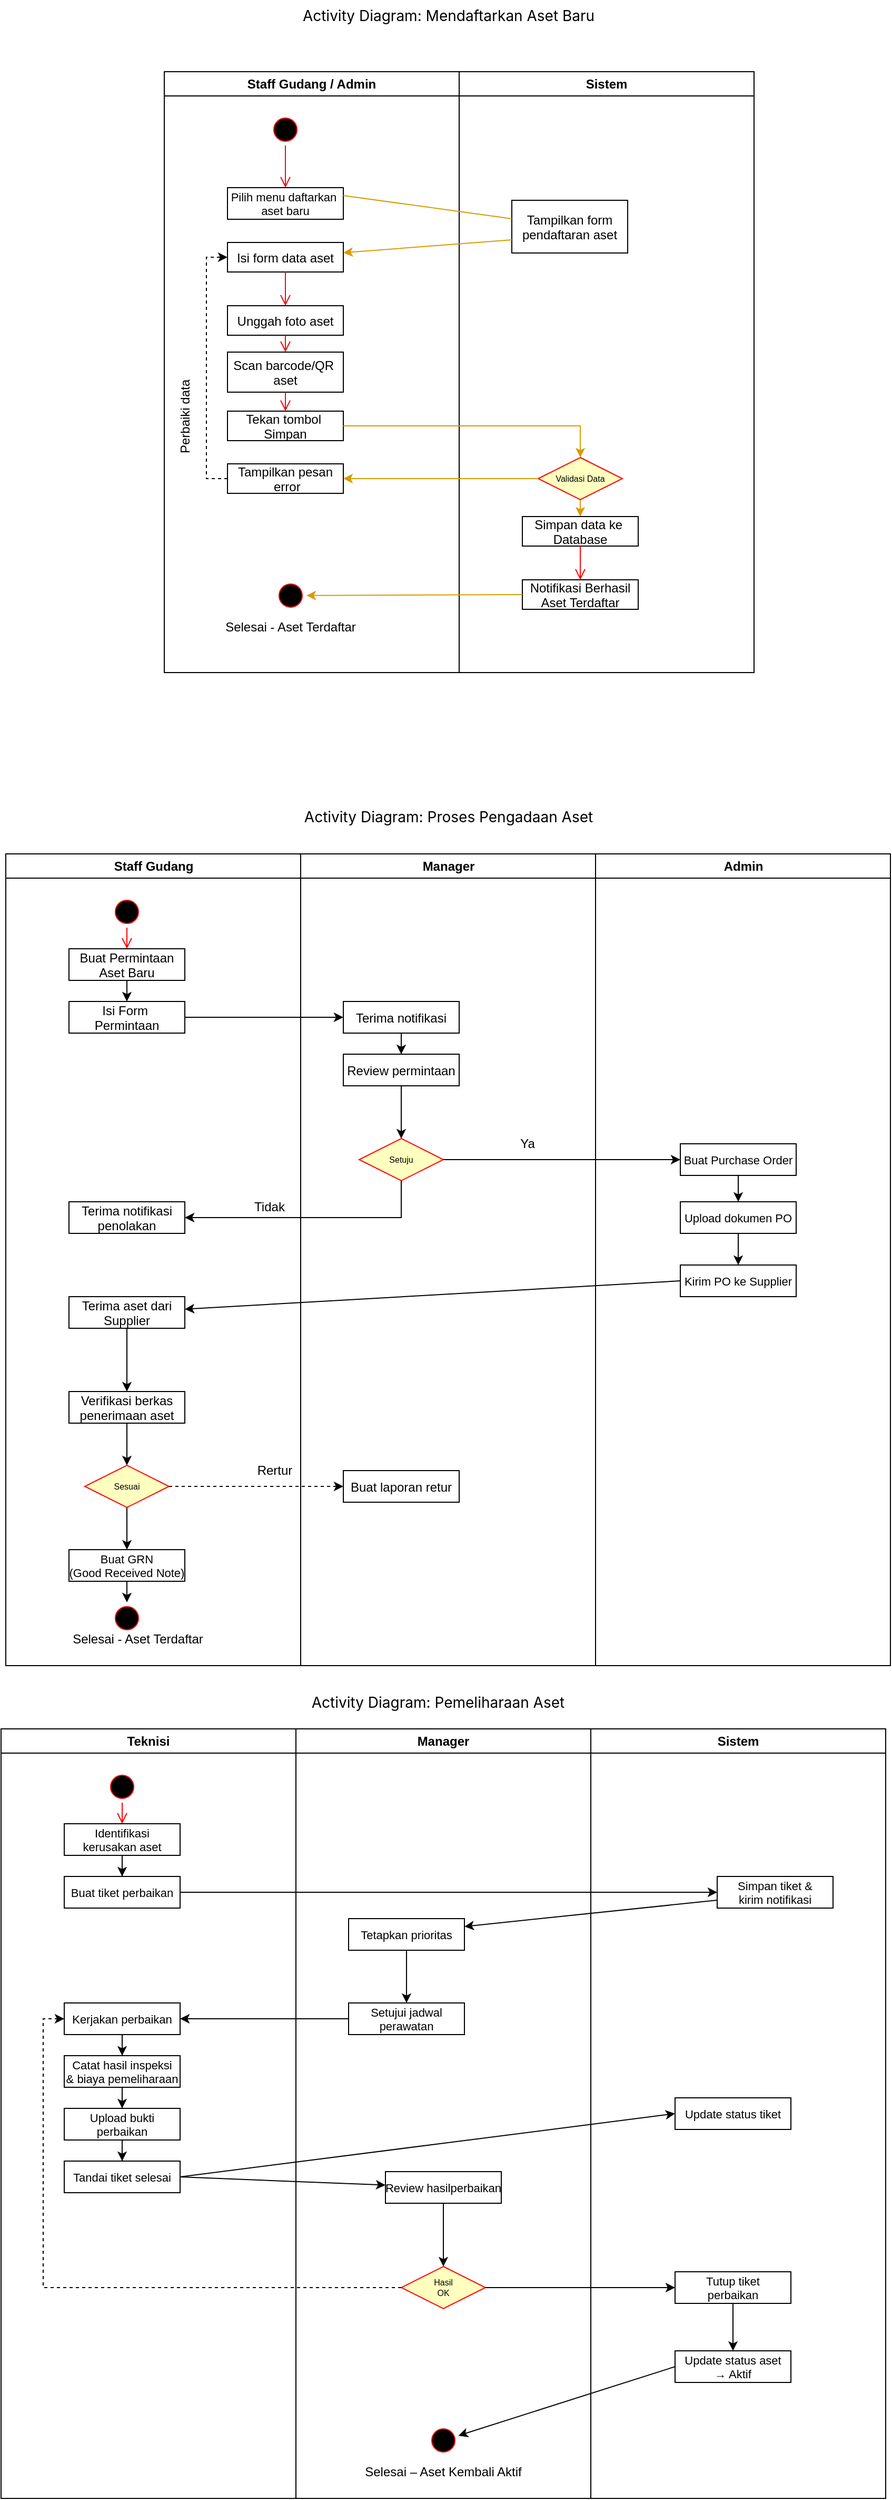
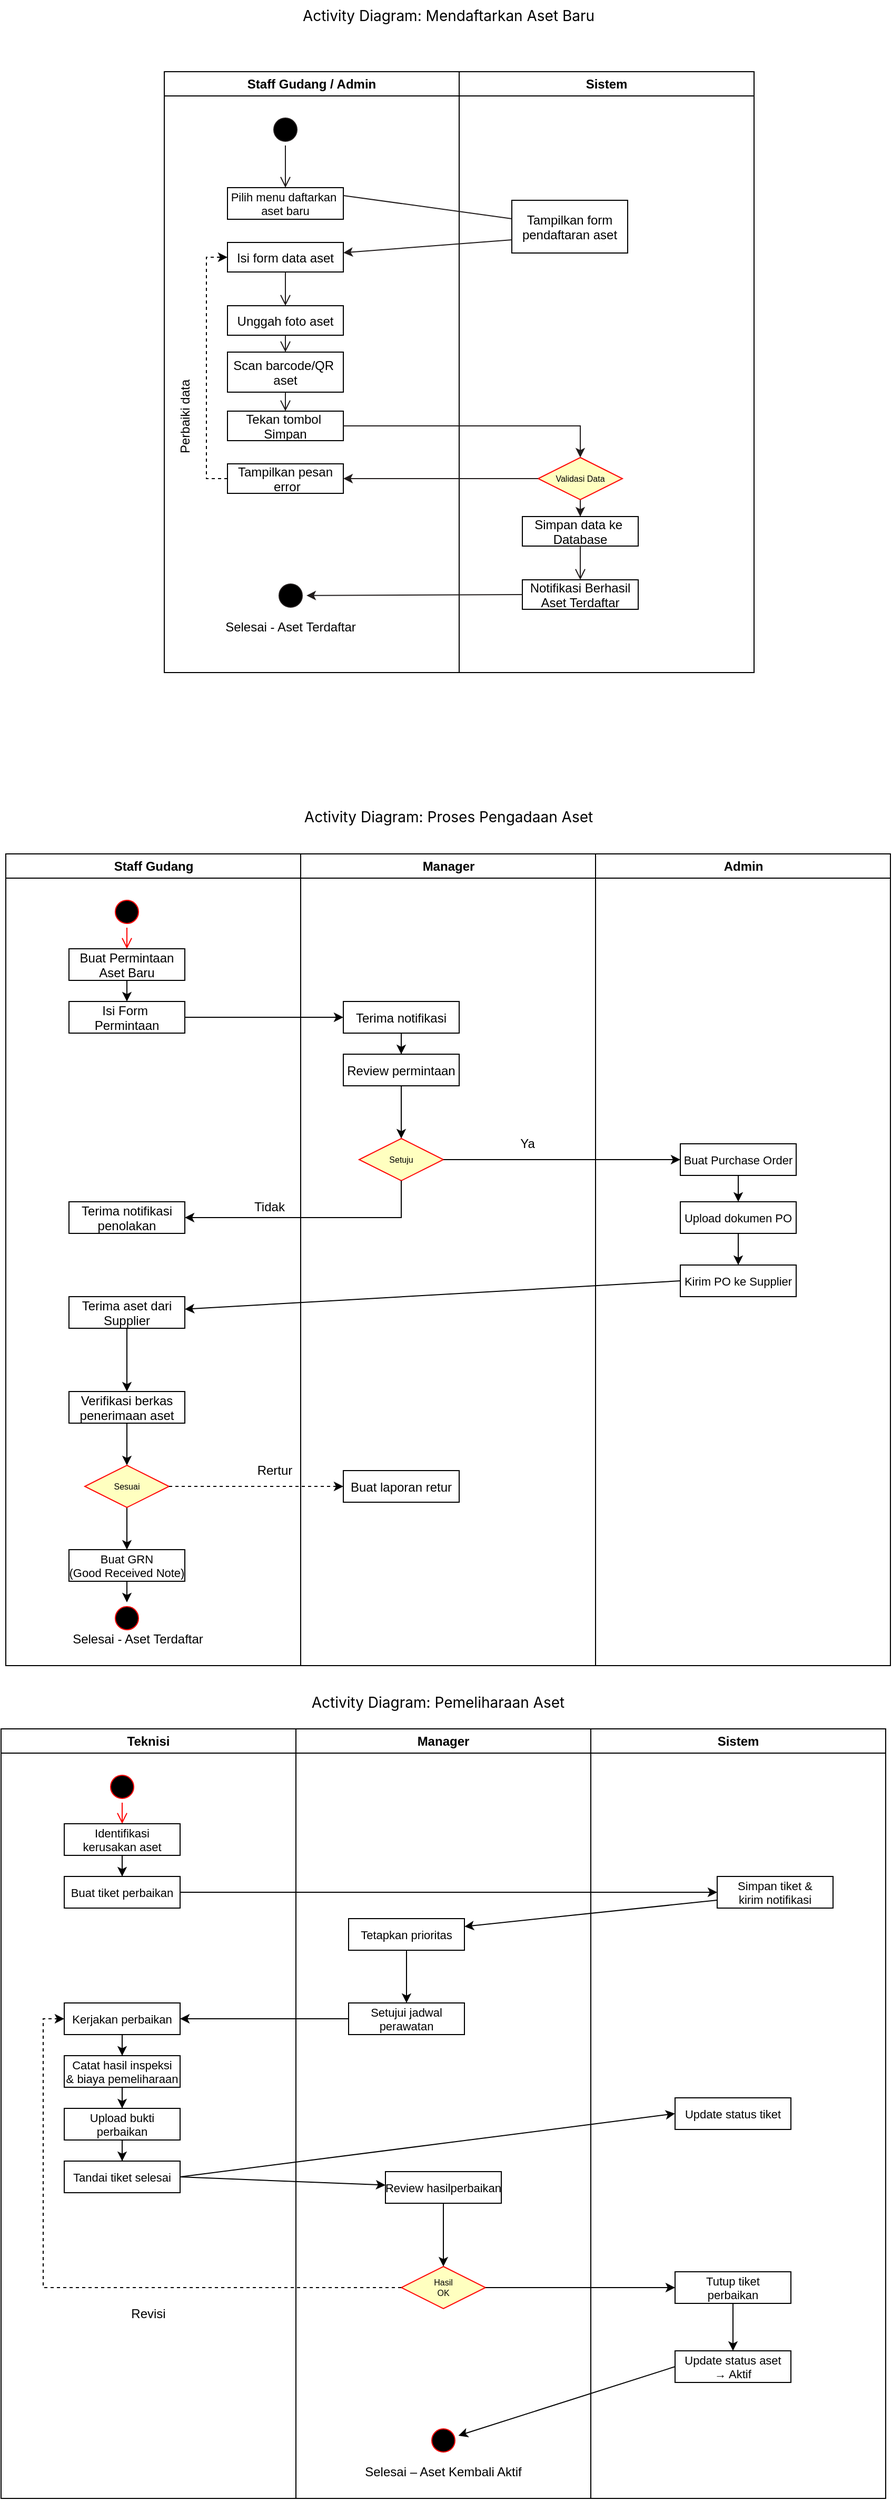
<mxfile host="app.diagrams.net" agent="5.0 (Windows NT 10.0; Win64; x64) AppleWebKit/537.36 (KHTML, like Gecko) Chrome/90.0.4430.212 Safari/537.36">
  <diagram name="Page-1" id="e7e014a7-5840-1c2e-5031-d8a46d1fe8dd">
    <mxGraphModel dx="1717" dy="878" grid="1" gridSize="10" guides="1" tooltips="1" connect="1" arrows="1" fold="1" page="1" pageScale="1" pageWidth="1169" pageHeight="826" background="none" math="0" shadow="0">
      <root>
        <mxCell id="0" />
        <mxCell id="1" parent="0" />
        <mxCell id="2" parent="1" style="swimlane;whiteSpace=wrap" value="Staff Gudang / Admin" vertex="1">
          <mxGeometry height="570" width="280" x="305" y="128" as="geometry" />
        </mxCell>
-         <mxCell id="5" parent="2" style="ellipse;shape=startState;fillColor=#000000;strokeColor=#ff0000;" value="" vertex="1">
+         <mxCell id="5" parent="2" style="ellipse;shape=startState;fillColor=#000000;strokeColor=light-dark(#211c1c, #ff9090);" value="" vertex="1">
          <mxGeometry height="30" width="30" x="100" y="40" as="geometry" />
        </mxCell>
-         <mxCell id="6" edge="1" parent="2" source="5" style="edgeStyle=elbowEdgeStyle;elbow=horizontal;verticalAlign=bottom;endArrow=open;endSize=8;strokeColor=#FF0000;endFill=1;rounded=0" target="7" value="">
+         <mxCell id="6" edge="1" parent="2" source="5" style="edgeStyle=elbowEdgeStyle;elbow=horizontal;verticalAlign=bottom;endArrow=open;endSize=8;strokeColor=light-dark(#211c1c, #ff9090);endFill=1;rounded=0" target="7" value="">
          <mxGeometry x="100" y="40" as="geometry">
            <mxPoint x="115" y="110" as="targetPoint" />
          </mxGeometry>
        </mxCell>
        <mxCell id="7" parent="2" style="horizontal=1;verticalAlign=middle;align=center;fontSize=11;" value="Pilih menu daftarkan &#xa;aset baru" vertex="1">
          <mxGeometry height="30" width="110" x="60" y="110" as="geometry" />
        </mxCell>
        <mxCell id="8" parent="2" style="" value="Isi form data aset" vertex="1">
          <mxGeometry height="28" width="110" x="60" y="162" as="geometry" />
        </mxCell>
        <mxCell id="W9nTfnAygNMfpXnH6lNf-115" parent="2" style="" value="Unggah foto aset" vertex="1">
          <mxGeometry height="28" width="110" x="60" y="222" as="geometry" />
        </mxCell>
        <mxCell id="W9nTfnAygNMfpXnH6lNf-116" parent="2" style="" value="Scan barcode/QR &#xa;aset" vertex="1">
          <mxGeometry height="38" width="110" x="60" y="266" as="geometry" />
        </mxCell>
        <mxCell id="W9nTfnAygNMfpXnH6lNf-117" parent="2" style="" value="Tekan tombol &#xa;Simpan" vertex="1">
          <mxGeometry height="28" width="110" x="60" y="322" as="geometry" />
        </mxCell>
        <mxCell id="W9nTfnAygNMfpXnH6lNf-123" edge="1" parent="2" source="W9nTfnAygNMfpXnH6lNf-118" style="edgeStyle=orthogonalEdgeStyle;rounded=0;orthogonalLoop=1;jettySize=auto;html=1;exitX=0;exitY=0.5;exitDx=0;exitDy=0;entryX=0;entryY=0.5;entryDx=0;entryDy=0;dashed=1;" target="8">
          <mxGeometry relative="1" as="geometry" />
        </mxCell>
        <mxCell id="W9nTfnAygNMfpXnH6lNf-118" parent="2" style="" value="Tampilkan pesan&#xa; error" vertex="1">
          <mxGeometry height="28" width="110" x="60" y="372" as="geometry" />
        </mxCell>
-         <mxCell id="W9nTfnAygNMfpXnH6lNf-120" edge="1" parent="2" source="8" style="edgeStyle=elbowEdgeStyle;elbow=horizontal;verticalAlign=bottom;endArrow=open;endSize=8;strokeColor=#FF0000;endFill=1;rounded=0" target="W9nTfnAygNMfpXnH6lNf-115" value="">
+         <mxCell id="W9nTfnAygNMfpXnH6lNf-120" edge="1" parent="2" source="8" style="edgeStyle=elbowEdgeStyle;elbow=horizontal;verticalAlign=bottom;endArrow=open;endSize=8;strokeColor=light-dark(#211c1c, #ff9090);endFill=1;rounded=0" target="W9nTfnAygNMfpXnH6lNf-115" value="">
          <mxGeometry x="-205" y="-88" as="geometry">
            <mxPoint x="105" y="202" as="sourcePoint" />
            <mxPoint x="105" y="242" as="targetPoint" />
          </mxGeometry>
        </mxCell>
-         <mxCell id="W9nTfnAygNMfpXnH6lNf-121" edge="1" parent="2" source="W9nTfnAygNMfpXnH6lNf-115" style="edgeStyle=elbowEdgeStyle;elbow=horizontal;verticalAlign=bottom;endArrow=open;endSize=8;strokeColor=#FF0000;endFill=1;rounded=0" target="W9nTfnAygNMfpXnH6lNf-116" value="">
+         <mxCell id="W9nTfnAygNMfpXnH6lNf-121" edge="1" parent="2" source="W9nTfnAygNMfpXnH6lNf-115" style="edgeStyle=elbowEdgeStyle;elbow=horizontal;verticalAlign=bottom;endArrow=open;endSize=8;strokeColor=light-dark(#211c1c, #ff9090);endFill=1;rounded=0" target="W9nTfnAygNMfpXnH6lNf-116" value="">
          <mxGeometry x="-205" y="-88" as="geometry">
            <mxPoint x="105" y="282" as="sourcePoint" />
            <mxPoint x="105" y="322" as="targetPoint" />
          </mxGeometry>
        </mxCell>
-         <mxCell id="W9nTfnAygNMfpXnH6lNf-122" edge="1" parent="2" source="W9nTfnAygNMfpXnH6lNf-116" style="edgeStyle=elbowEdgeStyle;elbow=horizontal;verticalAlign=bottom;endArrow=open;endSize=8;strokeColor=#FF0000;endFill=1;rounded=0" target="W9nTfnAygNMfpXnH6lNf-117" value="">
+         <mxCell id="W9nTfnAygNMfpXnH6lNf-122" edge="1" parent="2" source="W9nTfnAygNMfpXnH6lNf-116" style="edgeStyle=elbowEdgeStyle;elbow=horizontal;verticalAlign=bottom;endArrow=open;endSize=8;strokeColor=light-dark(#211c1c, #ff9090);endFill=1;rounded=0" target="W9nTfnAygNMfpXnH6lNf-117" value="">
          <mxGeometry x="-205" y="-88" as="geometry">
            <mxPoint x="115" y="362" as="sourcePoint" />
            <mxPoint x="115" y="402" as="targetPoint" />
          </mxGeometry>
        </mxCell>
        <mxCell id="W9nTfnAygNMfpXnH6lNf-124" parent="2" style="text;html=1;whiteSpace=wrap;strokeColor=none;fillColor=none;align=center;verticalAlign=middle;rounded=0;rotation=-90;" value="Perbaiki data" vertex="1">
          <mxGeometry height="30" width="80" x="-20" y="312" as="geometry" />
        </mxCell>
-         <mxCell id="9Q5l5OGWiLyKz3t_2PM7-10" parent="2" style="ellipse;shape=startState;fillColor=#000000;strokeColor=#ff0000;" value="" vertex="1">
+         <mxCell id="9Q5l5OGWiLyKz3t_2PM7-10" parent="2" style="ellipse;shape=startState;fillColor=#000000;strokeColor=light-dark(#211c1c, #ff9090);" value="" vertex="1">
          <mxGeometry height="30" width="30" x="105" y="482" as="geometry" />
        </mxCell>
        <mxCell id="9Q5l5OGWiLyKz3t_2PM7-11" parent="2" style="text;html=1;whiteSpace=wrap;strokeColor=none;fillColor=none;align=center;verticalAlign=middle;rounded=0;" value="Selesai - Aset Terdaftar" vertex="1">
          <mxGeometry height="30" width="140" x="50" y="512" as="geometry" />
        </mxCell>
        <mxCell id="3" parent="1" style="swimlane;whiteSpace=wrap" value="Sistem" vertex="1">
          <mxGeometry height="570" width="280" x="585" y="128" as="geometry" />
        </mxCell>
        <mxCell id="W9nTfnAygNMfpXnH6lNf-125" parent="3" style="" value="Tampilkan form&#xa;pendaftaran aset" vertex="1">
          <mxGeometry height="50" width="110" x="50" y="122" as="geometry" />
        </mxCell>
-         <mxCell id="9Q5l5OGWiLyKz3t_2PM7-17" edge="1" parent="3" source="9Q5l5OGWiLyKz3t_2PM7-8" style="edgeStyle=orthogonalEdgeStyle;rounded=0;orthogonalLoop=1;jettySize=auto;html=1;exitX=0.5;exitY=1;exitDx=0;exitDy=0;fillColor=#ffe6cc;strokeColor=#d79b00;" target="9Q5l5OGWiLyKz3t_2PM7-9">
+         <mxCell id="9Q5l5OGWiLyKz3t_2PM7-17" edge="1" parent="3" source="9Q5l5OGWiLyKz3t_2PM7-8" style="edgeStyle=orthogonalEdgeStyle;rounded=0;orthogonalLoop=1;jettySize=auto;html=1;exitX=0.5;exitY=1;exitDx=0;exitDy=0;fillColor=#ffe6cc;strokeColor=light-dark(#211c1c, #ff9090);" target="9Q5l5OGWiLyKz3t_2PM7-9">
          <mxGeometry relative="1" as="geometry" />
        </mxCell>
        <mxCell id="9Q5l5OGWiLyKz3t_2PM7-8" parent="3" style="rhombus;fillColor=#ffffc0;strokeColor=#ff0000;fontSize=8;" value="Validasi Data" vertex="1">
          <mxGeometry height="40" width="80" x="75" y="366" as="geometry" />
        </mxCell>
        <mxCell id="9Q5l5OGWiLyKz3t_2PM7-9" parent="3" style="" value="Simpan data ke &#xa;Database" vertex="1">
          <mxGeometry height="28" width="110" x="60" y="422" as="geometry" />
        </mxCell>
        <mxCell id="9Q5l5OGWiLyKz3t_2PM7-12" parent="3" style="" value="Notifikasi Berhasil&#xa;Aset Terdaftar" vertex="1">
          <mxGeometry height="28" width="110" x="60" y="482" as="geometry" />
        </mxCell>
-         <mxCell id="9Q5l5OGWiLyKz3t_2PM7-14" edge="1" parent="3" source="9Q5l5OGWiLyKz3t_2PM7-9" style="edgeStyle=elbowEdgeStyle;elbow=horizontal;verticalAlign=bottom;endArrow=open;endSize=8;strokeColor=#FF0000;endFill=1;rounded=0" target="9Q5l5OGWiLyKz3t_2PM7-12" value="">
+         <mxCell id="9Q5l5OGWiLyKz3t_2PM7-14" edge="1" parent="3" source="9Q5l5OGWiLyKz3t_2PM7-9" style="edgeStyle=elbowEdgeStyle;elbow=horizontal;verticalAlign=bottom;endArrow=open;endSize=8;strokeColor=light-dark(#211c1c, #ff9090);endFill=1;rounded=0" target="9Q5l5OGWiLyKz3t_2PM7-12" value="">
          <mxGeometry x="-790" y="-216" as="geometry">
            <mxPoint x="115" y="442" as="sourcePoint" />
            <mxPoint x="115" y="460" as="targetPoint" />
          </mxGeometry>
        </mxCell>
        <mxCell id="W9nTfnAygNMfpXnH6lNf-41" parent="1" style="text;html=1;whiteSpace=wrap;strokeColor=none;fillColor=none;align=center;verticalAlign=middle;rounded=0;" value="&lt;span style=&quot;font-family: &amp;quot;Anthropic Sans&amp;quot;, -apple-system, BlinkMacSystemFont, &amp;quot;Segoe UI&amp;quot;, sans-serif; font-size: 14px; text-align: start; white-space: nowrap;&quot;&gt;Activity Diagram: Mendaftarkan Aset Baru&lt;/span&gt;" vertex="1">
          <mxGeometry height="30" width="300" x="424.5" y="60" as="geometry" />
        </mxCell>
        <mxCell id="W9nTfnAygNMfpXnH6lNf-42" parent="1" style="swimlane;whiteSpace=wrap" value="Staff Gudang" vertex="1">
          <mxGeometry height="770" width="280" x="154.5" y="870" as="geometry" />
        </mxCell>
        <mxCell id="W9nTfnAygNMfpXnH6lNf-43" parent="W9nTfnAygNMfpXnH6lNf-42" style="ellipse;shape=startState;fillColor=#000000;strokeColor=#ff0000;" value="" vertex="1">
          <mxGeometry height="30" width="30" x="100" y="40" as="geometry" />
        </mxCell>
        <mxCell id="W9nTfnAygNMfpXnH6lNf-44" edge="1" parent="W9nTfnAygNMfpXnH6lNf-42" source="W9nTfnAygNMfpXnH6lNf-43" style="edgeStyle=elbowEdgeStyle;elbow=horizontal;verticalAlign=bottom;endArrow=open;endSize=8;strokeColor=#FF0000;endFill=1;rounded=0" target="W9nTfnAygNMfpXnH6lNf-45" value="">
          <mxGeometry x="100" y="40" as="geometry">
            <mxPoint x="115" y="110" as="targetPoint" />
          </mxGeometry>
        </mxCell>
        <mxCell id="9Q5l5OGWiLyKz3t_2PM7-34" edge="1" parent="W9nTfnAygNMfpXnH6lNf-42" source="W9nTfnAygNMfpXnH6lNf-45" style="edgeStyle=orthogonalEdgeStyle;rounded=0;orthogonalLoop=1;jettySize=auto;html=1;exitX=0.5;exitY=1;exitDx=0;exitDy=0;entryX=0.5;entryY=0;entryDx=0;entryDy=0;" target="9Q5l5OGWiLyKz3t_2PM7-20">
          <mxGeometry relative="1" as="geometry" />
        </mxCell>
        <mxCell id="W9nTfnAygNMfpXnH6lNf-45" parent="W9nTfnAygNMfpXnH6lNf-42" style="" value="Buat Permintaan&#xa;Aset Baru" vertex="1">
          <mxGeometry height="30" width="110" x="60" y="90" as="geometry" />
        </mxCell>
        <mxCell id="9Q5l5OGWiLyKz3t_2PM7-20" parent="W9nTfnAygNMfpXnH6lNf-42" style="" value="Isi Form &#xa;Permintaan" vertex="1">
          <mxGeometry height="30" width="110" x="60" y="140" as="geometry" />
        </mxCell>
        <mxCell id="9Q5l5OGWiLyKz3t_2PM7-27" parent="W9nTfnAygNMfpXnH6lNf-42" style="" value="Terima notifikasi&#xa;penolakan" vertex="1">
          <mxGeometry height="30" width="110" x="60" y="330" as="geometry" />
        </mxCell>
        <mxCell id="9Q5l5OGWiLyKz3t_2PM7-45" edge="1" parent="W9nTfnAygNMfpXnH6lNf-42" source="9Q5l5OGWiLyKz3t_2PM7-28" style="edgeStyle=orthogonalEdgeStyle;rounded=0;orthogonalLoop=1;jettySize=auto;html=1;" target="9Q5l5OGWiLyKz3t_2PM7-30">
          <mxGeometry relative="1" as="geometry" />
        </mxCell>
        <mxCell id="9Q5l5OGWiLyKz3t_2PM7-28" parent="W9nTfnAygNMfpXnH6lNf-42" style="" value="Terima aset dari&#xa;Supplier" vertex="1">
          <mxGeometry height="30" width="110" x="60" y="420" as="geometry" />
        </mxCell>
        <mxCell id="9Q5l5OGWiLyKz3t_2PM7-46" edge="1" parent="W9nTfnAygNMfpXnH6lNf-42" source="9Q5l5OGWiLyKz3t_2PM7-30" style="edgeStyle=orthogonalEdgeStyle;rounded=0;orthogonalLoop=1;jettySize=auto;html=1;exitX=0.5;exitY=1;exitDx=0;exitDy=0;" target="9Q5l5OGWiLyKz3t_2PM7-31">
          <mxGeometry relative="1" as="geometry" />
        </mxCell>
        <mxCell id="9Q5l5OGWiLyKz3t_2PM7-30" parent="W9nTfnAygNMfpXnH6lNf-42" style="" value="Verifikasi berkas&#xa;penerimaan aset" vertex="1">
          <mxGeometry height="30" width="110" x="60" y="510" as="geometry" />
        </mxCell>
        <mxCell id="9Q5l5OGWiLyKz3t_2PM7-48" edge="1" parent="W9nTfnAygNMfpXnH6lNf-42" source="9Q5l5OGWiLyKz3t_2PM7-31" style="edgeStyle=orthogonalEdgeStyle;rounded=0;orthogonalLoop=1;jettySize=auto;html=1;exitX=0.5;exitY=1;exitDx=0;exitDy=0;" target="9Q5l5OGWiLyKz3t_2PM7-32">
          <mxGeometry relative="1" as="geometry" />
        </mxCell>
        <mxCell id="9Q5l5OGWiLyKz3t_2PM7-31" parent="W9nTfnAygNMfpXnH6lNf-42" style="rhombus;fillColor=#ffffc0;strokeColor=#ff0000;fontSize=8;" value="Sesuai" vertex="1">
          <mxGeometry height="40" width="80" x="75" y="580" as="geometry" />
        </mxCell>
        <mxCell id="9Q5l5OGWiLyKz3t_2PM7-55" edge="1" parent="W9nTfnAygNMfpXnH6lNf-42" source="9Q5l5OGWiLyKz3t_2PM7-32" style="edgeStyle=orthogonalEdgeStyle;rounded=0;orthogonalLoop=1;jettySize=auto;html=1;exitX=0.5;exitY=1;exitDx=0;exitDy=0;entryX=0.5;entryY=0;entryDx=0;entryDy=0;" target="9Q5l5OGWiLyKz3t_2PM7-53">
          <mxGeometry relative="1" as="geometry" />
        </mxCell>
        <mxCell id="9Q5l5OGWiLyKz3t_2PM7-32" parent="W9nTfnAygNMfpXnH6lNf-42" style="fontSize=11;" value="Buat GRN&#xa;(Good Received Note)" vertex="1">
          <mxGeometry height="30" width="110" x="60" y="660" as="geometry" />
        </mxCell>
        <mxCell id="9Q5l5OGWiLyKz3t_2PM7-43" parent="W9nTfnAygNMfpXnH6lNf-42" style="text;html=1;whiteSpace=wrap;strokeColor=none;fillColor=none;align=center;verticalAlign=middle;rounded=0;" value="Tidak" vertex="1">
          <mxGeometry height="30" width="60" x="220" y="320" as="geometry" />
        </mxCell>
        <mxCell id="9Q5l5OGWiLyKz3t_2PM7-53" parent="W9nTfnAygNMfpXnH6lNf-42" style="ellipse;shape=startState;fillColor=#000000;strokeColor=#ff0000;" value="" vertex="1">
          <mxGeometry height="30" width="30" x="100" y="710" as="geometry" />
        </mxCell>
        <mxCell id="9Q5l5OGWiLyKz3t_2PM7-54" parent="W9nTfnAygNMfpXnH6lNf-42" style="text;html=1;whiteSpace=wrap;strokeColor=none;fillColor=none;align=center;verticalAlign=middle;rounded=0;" value="Selesai - Aset Terdaftar" vertex="1">
          <mxGeometry height="30" width="140" x="55.5" y="730" as="geometry" />
        </mxCell>
        <mxCell id="W9nTfnAygNMfpXnH6lNf-51" parent="1" style="swimlane;whiteSpace=wrap" value="Manager" vertex="1">
          <mxGeometry height="770" width="280" x="434.5" y="870" as="geometry" />
        </mxCell>
        <mxCell id="9Q5l5OGWiLyKz3t_2PM7-36" edge="1" parent="W9nTfnAygNMfpXnH6lNf-51" source="9Q5l5OGWiLyKz3t_2PM7-21" style="edgeStyle=orthogonalEdgeStyle;rounded=0;orthogonalLoop=1;jettySize=auto;html=1;exitX=0.5;exitY=1;exitDx=0;exitDy=0;" target="9Q5l5OGWiLyKz3t_2PM7-22">
          <mxGeometry relative="1" as="geometry" />
        </mxCell>
        <mxCell id="9Q5l5OGWiLyKz3t_2PM7-21" parent="W9nTfnAygNMfpXnH6lNf-51" style="" value="Terima notifikasi" vertex="1">
          <mxGeometry height="30" width="110" x="40.5" y="140" as="geometry" />
        </mxCell>
        <mxCell id="9Q5l5OGWiLyKz3t_2PM7-37" edge="1" parent="W9nTfnAygNMfpXnH6lNf-51" source="9Q5l5OGWiLyKz3t_2PM7-22" style="edgeStyle=orthogonalEdgeStyle;rounded=0;orthogonalLoop=1;jettySize=auto;html=1;exitX=0.5;exitY=1;exitDx=0;exitDy=0;" target="9Q5l5OGWiLyKz3t_2PM7-23">
          <mxGeometry relative="1" as="geometry" />
        </mxCell>
        <mxCell id="9Q5l5OGWiLyKz3t_2PM7-22" parent="W9nTfnAygNMfpXnH6lNf-51" style="" value="Review permintaan" vertex="1">
          <mxGeometry height="30" width="110" x="40.5" y="190" as="geometry" />
        </mxCell>
        <mxCell id="9Q5l5OGWiLyKz3t_2PM7-23" parent="W9nTfnAygNMfpXnH6lNf-51" style="rhombus;fillColor=#ffffc0;strokeColor=#ff0000;fontSize=8;" value="Setuju" vertex="1">
          <mxGeometry height="40" width="80" x="55.5" y="270" as="geometry" />
        </mxCell>
        <mxCell id="9Q5l5OGWiLyKz3t_2PM7-33" parent="W9nTfnAygNMfpXnH6lNf-51" style="" value="Buat laporan retur" vertex="1">
          <mxGeometry height="30" width="110" x="40.5" y="585" as="geometry" />
        </mxCell>
        <mxCell id="9Q5l5OGWiLyKz3t_2PM7-42" parent="W9nTfnAygNMfpXnH6lNf-51" style="text;html=1;whiteSpace=wrap;strokeColor=none;fillColor=none;align=center;verticalAlign=middle;rounded=0;" value="Ya" vertex="1">
          <mxGeometry height="30" width="60" x="185.5" y="260" as="geometry" />
        </mxCell>
        <mxCell id="W9nTfnAygNMfpXnH6lNf-70" parent="1" style="swimlane;whiteSpace=wrap;startSize=23;" value="Admin" vertex="1">
          <mxGeometry height="770" width="280" x="714.5" y="870" as="geometry" />
        </mxCell>
        <mxCell id="9Q5l5OGWiLyKz3t_2PM7-39" edge="1" parent="W9nTfnAygNMfpXnH6lNf-70" source="9Q5l5OGWiLyKz3t_2PM7-24" style="edgeStyle=orthogonalEdgeStyle;rounded=0;orthogonalLoop=1;jettySize=auto;html=1;exitX=0.5;exitY=1;exitDx=0;exitDy=0;" target="9Q5l5OGWiLyKz3t_2PM7-25">
          <mxGeometry relative="1" as="geometry" />
        </mxCell>
        <mxCell id="9Q5l5OGWiLyKz3t_2PM7-24" parent="W9nTfnAygNMfpXnH6lNf-70" style="fontSize=11;" value="Buat Purchase Order" vertex="1">
          <mxGeometry height="30" width="110" x="80.5" y="275" as="geometry" />
        </mxCell>
        <mxCell id="9Q5l5OGWiLyKz3t_2PM7-40" edge="1" parent="W9nTfnAygNMfpXnH6lNf-70" source="9Q5l5OGWiLyKz3t_2PM7-25" style="edgeStyle=orthogonalEdgeStyle;rounded=0;orthogonalLoop=1;jettySize=auto;html=1;exitX=0.5;exitY=1;exitDx=0;exitDy=0;" target="9Q5l5OGWiLyKz3t_2PM7-26">
          <mxGeometry relative="1" as="geometry" />
        </mxCell>
        <mxCell id="9Q5l5OGWiLyKz3t_2PM7-25" parent="W9nTfnAygNMfpXnH6lNf-70" style="fontSize=11;" value="Upload dokumen PO" vertex="1">
          <mxGeometry height="30" width="110" x="80.5" y="330" as="geometry" />
        </mxCell>
        <mxCell id="9Q5l5OGWiLyKz3t_2PM7-26" parent="W9nTfnAygNMfpXnH6lNf-70" style="fontSize=11;" value="Kirim PO ke Supplier" vertex="1">
          <mxGeometry height="30" width="110" x="80.5" y="390" as="geometry" />
        </mxCell>
        <mxCell id="W9nTfnAygNMfpXnH6lNf-77" parent="1" style="text;html=1;whiteSpace=wrap;strokeColor=none;fillColor=none;align=center;verticalAlign=middle;rounded=0;" value="&lt;div style=&quot;text-align: start;&quot;&gt;&lt;span style=&quot;background-color: transparent; font-size: 14px; text-wrap-mode: nowrap;&quot;&gt;&lt;font face=&quot;Anthropic Sans, -apple-system, BlinkMacSystemFont, Segoe UI, sans-serif&quot;&gt;Activity Diagram: Proses Pengadaan Aset&lt;/font&gt;&lt;/span&gt;&lt;/div&gt;" vertex="1">
          <mxGeometry height="30" width="300" x="424.5" y="820" as="geometry" />
        </mxCell>
        <mxCell id="W9nTfnAygNMfpXnH6lNf-78" parent="1" style="swimlane;whiteSpace=wrap" value="Teknisi" vertex="1">
          <mxGeometry height="730" width="280" x="150" y="1700" as="geometry" />
        </mxCell>
        <mxCell id="W9nTfnAygNMfpXnH6lNf-79" parent="W9nTfnAygNMfpXnH6lNf-78" style="ellipse;shape=startState;fillColor=#000000;strokeColor=#ff0000;" value="" vertex="1">
          <mxGeometry height="30" width="30" x="100" y="40" as="geometry" />
        </mxCell>
        <mxCell id="W9nTfnAygNMfpXnH6lNf-80" edge="1" parent="W9nTfnAygNMfpXnH6lNf-78" source="9Q5l5OGWiLyKz3t_2PM7-56" style="edgeStyle=elbowEdgeStyle;elbow=horizontal;verticalAlign=bottom;endArrow=open;endSize=8;strokeColor=#FF0000;endFill=1;rounded=0" value="">
          <mxGeometry x="100" y="40" as="geometry">
            <mxPoint x="115.76923076923072" y="110" as="targetPoint" />
          </mxGeometry>
        </mxCell>
        <mxCell id="9Q5l5OGWiLyKz3t_2PM7-70" edge="1" parent="W9nTfnAygNMfpXnH6lNf-78" source="9Q5l5OGWiLyKz3t_2PM7-56" style="edgeStyle=orthogonalEdgeStyle;rounded=0;orthogonalLoop=1;jettySize=auto;html=1;exitX=0.5;exitY=1;exitDx=0;exitDy=0;" target="9Q5l5OGWiLyKz3t_2PM7-57">
          <mxGeometry relative="1" as="geometry" />
        </mxCell>
        <mxCell id="9Q5l5OGWiLyKz3t_2PM7-57" parent="W9nTfnAygNMfpXnH6lNf-78" style="fontSize=11;" value="Buat tiket perbaikan" vertex="1">
          <mxGeometry height="30" width="110" x="60" y="140" as="geometry" />
        </mxCell>
        <mxCell id="9Q5l5OGWiLyKz3t_2PM7-73" edge="1" parent="W9nTfnAygNMfpXnH6lNf-78" source="9Q5l5OGWiLyKz3t_2PM7-59" style="edgeStyle=orthogonalEdgeStyle;rounded=0;orthogonalLoop=1;jettySize=auto;html=1;exitX=0.5;exitY=1;exitDx=0;exitDy=0;" target="9Q5l5OGWiLyKz3t_2PM7-60">
          <mxGeometry relative="1" as="geometry" />
        </mxCell>
        <mxCell id="9Q5l5OGWiLyKz3t_2PM7-59" parent="W9nTfnAygNMfpXnH6lNf-78" style="fontSize=11;" value="Kerjakan perbaikan" vertex="1">
          <mxGeometry height="30" width="110" x="60" y="260" as="geometry" />
        </mxCell>
        <mxCell id="9Q5l5OGWiLyKz3t_2PM7-74" edge="1" parent="W9nTfnAygNMfpXnH6lNf-78" source="9Q5l5OGWiLyKz3t_2PM7-60" style="edgeStyle=orthogonalEdgeStyle;rounded=0;orthogonalLoop=1;jettySize=auto;html=1;exitX=0.5;exitY=1;exitDx=0;exitDy=0;" target="9Q5l5OGWiLyKz3t_2PM7-61">
          <mxGeometry relative="1" as="geometry" />
        </mxCell>
        <mxCell id="9Q5l5OGWiLyKz3t_2PM7-60" parent="W9nTfnAygNMfpXnH6lNf-78" style="fontSize=11;" value="Catat hasil inspeksi&#xa;&amp; biaya pemeliharaan" vertex="1">
          <mxGeometry height="30" width="110" x="60" y="310" as="geometry" />
        </mxCell>
        <mxCell id="9Q5l5OGWiLyKz3t_2PM7-61" parent="W9nTfnAygNMfpXnH6lNf-78" style="fontSize=11;" value="Upload bukti&#xa;perbaikan" vertex="1">
          <mxGeometry height="30" width="110" x="60" y="360" as="geometry" />
        </mxCell>
        <mxCell id="9Q5l5OGWiLyKz3t_2PM7-92" edge="1" parent="W9nTfnAygNMfpXnH6lNf-78" source="W9nTfnAygNMfpXnH6lNf-79" style="edgeStyle=elbowEdgeStyle;elbow=horizontal;verticalAlign=bottom;endArrow=open;endSize=8;strokeColor=#FF0000;endFill=1;rounded=0" target="9Q5l5OGWiLyKz3t_2PM7-56" value="">
          <mxGeometry x="100" y="40" as="geometry">
            <mxPoint x="265" y="1770" as="sourcePoint" />
            <mxPoint x="265.7692307692307" y="1810" as="targetPoint" />
          </mxGeometry>
        </mxCell>
        <mxCell id="9Q5l5OGWiLyKz3t_2PM7-56" parent="W9nTfnAygNMfpXnH6lNf-78" style="fontSize=11;" value="Identifikasi&#xa;kerusakan aset" vertex="1">
          <mxGeometry height="30" width="110" x="60" y="90" as="geometry" />
        </mxCell>
+         <mxCell id="9Q5l5OGWiLyKz3t_2PM7-97" parent="W9nTfnAygNMfpXnH6lNf-78" style="text;html=1;whiteSpace=wrap;strokeColor=none;fillColor=none;align=center;verticalAlign=middle;rounded=0;" value="Revisi" vertex="1">
+           <mxGeometry height="30" width="160" x="60" y="540" as="geometry" />
+         </mxCell>
        <mxCell id="W9nTfnAygNMfpXnH6lNf-87" parent="1" style="swimlane;whiteSpace=wrap" value="Manager" vertex="1">
          <mxGeometry height="730" width="280" x="430" y="1700" as="geometry" />
        </mxCell>
        <mxCell id="9Q5l5OGWiLyKz3t_2PM7-65" parent="W9nTfnAygNMfpXnH6lNf-87" style="rhombus;fillColor=#ffffc0;strokeColor=#ff0000;fontSize=8;" value="Hasil&#xa;OK" vertex="1">
          <mxGeometry height="40" width="80" x="100" y="510" as="geometry" />
        </mxCell>
        <mxCell id="9Q5l5OGWiLyKz3t_2PM7-78" edge="1" parent="W9nTfnAygNMfpXnH6lNf-87" source="9Q5l5OGWiLyKz3t_2PM7-64" style="edgeStyle=orthogonalEdgeStyle;rounded=0;orthogonalLoop=1;jettySize=auto;html=1;exitX=0.5;exitY=1;exitDx=0;exitDy=0;" target="9Q5l5OGWiLyKz3t_2PM7-65">
          <mxGeometry relative="1" as="geometry" />
        </mxCell>
        <mxCell id="9Q5l5OGWiLyKz3t_2PM7-64" parent="W9nTfnAygNMfpXnH6lNf-87" style="fontSize=11;" value="Review hasilperbaikan" vertex="1">
          <mxGeometry height="30" width="110" x="85" y="420" as="geometry" />
        </mxCell>
        <mxCell id="9Q5l5OGWiLyKz3t_2PM7-69" parent="W9nTfnAygNMfpXnH6lNf-87" style="ellipse;shape=startState;fillColor=#000000;strokeColor=#ff0000;" value="" vertex="1">
          <mxGeometry height="30" width="30" x="125" y="660" as="geometry" />
        </mxCell>
        <mxCell id="9Q5l5OGWiLyKz3t_2PM7-86" parent="W9nTfnAygNMfpXnH6lNf-87" style="fontSize=11;" value="Setujui jadwal&#xa;perawatan" vertex="1">
          <mxGeometry height="30" width="110" x="50" y="260" as="geometry" />
        </mxCell>
        <mxCell id="9Q5l5OGWiLyKz3t_2PM7-94" edge="1" parent="W9nTfnAygNMfpXnH6lNf-87" source="9Q5l5OGWiLyKz3t_2PM7-58" style="edgeStyle=orthogonalEdgeStyle;rounded=0;orthogonalLoop=1;jettySize=auto;html=1;exitX=0.5;exitY=1;exitDx=0;exitDy=0;" target="9Q5l5OGWiLyKz3t_2PM7-86">
          <mxGeometry relative="1" as="geometry" />
        </mxCell>
        <mxCell id="9Q5l5OGWiLyKz3t_2PM7-58" parent="W9nTfnAygNMfpXnH6lNf-87" style="fontSize=11;" value="Tetapkan prioritas" vertex="1">
          <mxGeometry height="30" width="110" x="50" y="180" as="geometry" />
        </mxCell>
        <mxCell id="9Q5l5OGWiLyKz3t_2PM7-96" parent="W9nTfnAygNMfpXnH6lNf-87" style="text;html=1;whiteSpace=wrap;strokeColor=none;fillColor=none;align=center;verticalAlign=middle;rounded=0;" value="Selesai – Aset Kembali Aktif" vertex="1">
          <mxGeometry height="30" width="160" x="60" y="690" as="geometry" />
        </mxCell>
        <mxCell id="W9nTfnAygNMfpXnH6lNf-106" parent="1" style="swimlane;whiteSpace=wrap" value="Sistem" vertex="1">
          <mxGeometry height="730" width="280" x="710" y="1700" as="geometry" />
        </mxCell>
        <mxCell id="9Q5l5OGWiLyKz3t_2PM7-66" parent="W9nTfnAygNMfpXnH6lNf-106" style="fontSize=11;" value="Update status tiket" vertex="1">
          <mxGeometry height="30" width="110" x="80" y="350" as="geometry" />
        </mxCell>
        <mxCell id="9Q5l5OGWiLyKz3t_2PM7-82" edge="1" parent="W9nTfnAygNMfpXnH6lNf-106" source="9Q5l5OGWiLyKz3t_2PM7-67" style="edgeStyle=orthogonalEdgeStyle;rounded=0;orthogonalLoop=1;jettySize=auto;html=1;exitX=0.5;exitY=1;exitDx=0;exitDy=0;entryX=0.5;entryY=0;entryDx=0;entryDy=0;" target="9Q5l5OGWiLyKz3t_2PM7-68">
          <mxGeometry relative="1" as="geometry" />
        </mxCell>
        <mxCell id="9Q5l5OGWiLyKz3t_2PM7-67" parent="W9nTfnAygNMfpXnH6lNf-106" style="fontSize=11;" value="Tutup tiket&#xa;perbaikan" vertex="1">
          <mxGeometry height="30" width="110" x="80" y="515" as="geometry" />
        </mxCell>
        <mxCell id="9Q5l5OGWiLyKz3t_2PM7-68" parent="W9nTfnAygNMfpXnH6lNf-106" style="fontSize=11;" value="Update status aset&#xa;→ Aktif" vertex="1">
          <mxGeometry height="30" width="110" x="80" y="590" as="geometry" />
        </mxCell>
        <mxCell id="9Q5l5OGWiLyKz3t_2PM7-89" parent="W9nTfnAygNMfpXnH6lNf-106" style="fontSize=11;" value="Simpan tiket &amp;&#xa;kirim notifikasi" vertex="1">
          <mxGeometry height="30" width="110" x="120" y="140" as="geometry" />
        </mxCell>
        <mxCell id="W9nTfnAygNMfpXnH6lNf-113" parent="1" style="text;html=1;whiteSpace=wrap;strokeColor=none;fillColor=none;align=center;verticalAlign=middle;rounded=0;" value="&lt;div style=&quot;text-align: start;&quot;&gt;&lt;span style=&quot;background-color: transparent; font-size: 14px; text-wrap-mode: nowrap;&quot;&gt;&lt;font face=&quot;Anthropic Sans, -apple-system, BlinkMacSystemFont, Segoe UI, sans-serif&quot;&gt;Activity Diagram: Pemeliharaan Aset&lt;/font&gt;&lt;/span&gt;&lt;/div&gt;" vertex="1">
          <mxGeometry height="30" width="300" x="414.5" y="1660" as="geometry" />
        </mxCell>
-         <mxCell id="W9nTfnAygNMfpXnH6lNf-128" edge="1" parent="1" source="7" style="rounded=0;orthogonalLoop=1;jettySize=auto;html=1;exitX=1;exitY=0.25;exitDx=0;exitDy=0;endArrow=none;endFill=0;fillColor=#ffe6cc;strokeColor=#d79b00;" target="W9nTfnAygNMfpXnH6lNf-125">
-           <mxGeometry relative="1" as="geometry" />
-         </mxCell>
-         <mxCell id="W9nTfnAygNMfpXnH6lNf-129" edge="1" parent="1" source="W9nTfnAygNMfpXnH6lNf-125" style="rounded=0;orthogonalLoop=1;jettySize=auto;html=1;exitX=0;exitY=0.75;exitDx=0;exitDy=0;fillColor=#ffe6cc;strokeColor=#d79b00;" target="8">
-           <mxGeometry relative="1" as="geometry" />
-         </mxCell>
-         <mxCell id="9Q5l5OGWiLyKz3t_2PM7-16" edge="1" parent="1" source="9Q5l5OGWiLyKz3t_2PM7-12" style="rounded=0;orthogonalLoop=1;jettySize=auto;html=1;exitX=0;exitY=0.5;exitDx=0;exitDy=0;fillColor=#ffe6cc;strokeColor=#d79b00;" target="9Q5l5OGWiLyKz3t_2PM7-10">
-           <mxGeometry relative="1" as="geometry" />
-         </mxCell>
-         <mxCell id="9Q5l5OGWiLyKz3t_2PM7-18" edge="1" parent="1" source="9Q5l5OGWiLyKz3t_2PM7-8" style="edgeStyle=orthogonalEdgeStyle;rounded=0;orthogonalLoop=1;jettySize=auto;html=1;exitX=0;exitY=0.5;exitDx=0;exitDy=0;fillColor=#ffe6cc;strokeColor=#d79b00;" target="W9nTfnAygNMfpXnH6lNf-118">
-           <mxGeometry relative="1" as="geometry" />
-         </mxCell>
-         <mxCell id="9Q5l5OGWiLyKz3t_2PM7-19" edge="1" parent="1" source="W9nTfnAygNMfpXnH6lNf-117" style="edgeStyle=orthogonalEdgeStyle;rounded=0;orthogonalLoop=1;jettySize=auto;html=1;exitX=1;exitY=0.5;exitDx=0;exitDy=0;entryX=0.5;entryY=0;entryDx=0;entryDy=0;fillColor=#ffe6cc;strokeColor=#d79b00;" target="9Q5l5OGWiLyKz3t_2PM7-8">
+         <mxCell id="W9nTfnAygNMfpXnH6lNf-128" edge="1" parent="1" source="7" style="rounded=0;orthogonalLoop=1;jettySize=auto;html=1;exitX=1;exitY=0.25;exitDx=0;exitDy=0;endArrow=none;endFill=0;fillColor=#ffe6cc;strokeColor=light-dark(#211c1c, #ff9090);" target="W9nTfnAygNMfpXnH6lNf-125">
+           <mxGeometry relative="1" as="geometry" />
+         </mxCell>
+         <mxCell id="W9nTfnAygNMfpXnH6lNf-129" edge="1" parent="1" source="W9nTfnAygNMfpXnH6lNf-125" style="rounded=0;orthogonalLoop=1;jettySize=auto;html=1;exitX=0;exitY=0.75;exitDx=0;exitDy=0;fillColor=#ffe6cc;strokeColor=light-dark(#211c1c, #ff9090);" target="8">
+           <mxGeometry relative="1" as="geometry" />
+         </mxCell>
+         <mxCell id="9Q5l5OGWiLyKz3t_2PM7-16" edge="1" parent="1" source="9Q5l5OGWiLyKz3t_2PM7-12" style="rounded=0;orthogonalLoop=1;jettySize=auto;html=1;exitX=0;exitY=0.5;exitDx=0;exitDy=0;fillColor=#ffe6cc;strokeColor=light-dark(#211c1c, #ff9090);" target="9Q5l5OGWiLyKz3t_2PM7-10">
+           <mxGeometry relative="1" as="geometry" />
+         </mxCell>
+         <mxCell id="9Q5l5OGWiLyKz3t_2PM7-18" edge="1" parent="1" source="9Q5l5OGWiLyKz3t_2PM7-8" style="edgeStyle=orthogonalEdgeStyle;rounded=0;orthogonalLoop=1;jettySize=auto;html=1;exitX=0;exitY=0.5;exitDx=0;exitDy=0;fillColor=#ffe6cc;strokeColor=light-dark(#211c1c, #ff9090);" target="W9nTfnAygNMfpXnH6lNf-118">
+           <mxGeometry relative="1" as="geometry" />
+         </mxCell>
+         <mxCell id="9Q5l5OGWiLyKz3t_2PM7-19" edge="1" parent="1" source="W9nTfnAygNMfpXnH6lNf-117" style="edgeStyle=orthogonalEdgeStyle;rounded=0;orthogonalLoop=1;jettySize=auto;html=1;exitX=1;exitY=0.5;exitDx=0;exitDy=0;entryX=0.5;entryY=0;entryDx=0;entryDy=0;fillColor=#ffe6cc;strokeColor=light-dark(#211c1c, #ff9090);" target="9Q5l5OGWiLyKz3t_2PM7-8">
          <mxGeometry relative="1" as="geometry" />
        </mxCell>
        <mxCell id="9Q5l5OGWiLyKz3t_2PM7-35" edge="1" parent="1" source="9Q5l5OGWiLyKz3t_2PM7-20" style="edgeStyle=orthogonalEdgeStyle;rounded=0;orthogonalLoop=1;jettySize=auto;html=1;exitX=1;exitY=0.5;exitDx=0;exitDy=0;" target="9Q5l5OGWiLyKz3t_2PM7-21">
          <mxGeometry relative="1" as="geometry" />
        </mxCell>
        <mxCell id="9Q5l5OGWiLyKz3t_2PM7-38" edge="1" parent="1" source="9Q5l5OGWiLyKz3t_2PM7-23" style="edgeStyle=orthogonalEdgeStyle;rounded=0;orthogonalLoop=1;jettySize=auto;html=1;exitX=1;exitY=0.5;exitDx=0;exitDy=0;" target="9Q5l5OGWiLyKz3t_2PM7-24">
          <mxGeometry relative="1" as="geometry" />
        </mxCell>
        <mxCell id="9Q5l5OGWiLyKz3t_2PM7-41" edge="1" parent="1" source="9Q5l5OGWiLyKz3t_2PM7-23" style="edgeStyle=orthogonalEdgeStyle;rounded=0;orthogonalLoop=1;jettySize=auto;html=1;exitX=0.5;exitY=1;exitDx=0;exitDy=0;entryX=1;entryY=0.5;entryDx=0;entryDy=0;" target="9Q5l5OGWiLyKz3t_2PM7-27">
          <mxGeometry relative="1" as="geometry" />
        </mxCell>
        <mxCell id="9Q5l5OGWiLyKz3t_2PM7-44" edge="1" parent="1" source="9Q5l5OGWiLyKz3t_2PM7-26" style="rounded=0;orthogonalLoop=1;jettySize=auto;html=1;exitX=0;exitY=0.5;exitDx=0;exitDy=0;" target="9Q5l5OGWiLyKz3t_2PM7-28">
          <mxGeometry relative="1" as="geometry" />
        </mxCell>
        <mxCell id="9Q5l5OGWiLyKz3t_2PM7-49" edge="1" parent="1" source="9Q5l5OGWiLyKz3t_2PM7-31" style="edgeStyle=orthogonalEdgeStyle;rounded=0;orthogonalLoop=1;jettySize=auto;html=1;exitX=1;exitY=0.5;exitDx=0;exitDy=0;dashed=1;" target="9Q5l5OGWiLyKz3t_2PM7-33">
          <mxGeometry relative="1" as="geometry" />
        </mxCell>
        <mxCell id="9Q5l5OGWiLyKz3t_2PM7-50" parent="1" style="text;html=1;whiteSpace=wrap;strokeColor=none;fillColor=none;align=center;verticalAlign=middle;rounded=0;" value="Rertur" vertex="1">
          <mxGeometry height="30" width="60" x="380" y="1440" as="geometry" />
        </mxCell>
        <mxCell id="9Q5l5OGWiLyKz3t_2PM7-76" edge="1" parent="1" source="9Q5l5OGWiLyKz3t_2PM7-62" style="rounded=0;orthogonalLoop=1;jettySize=auto;html=1;exitX=1;exitY=0.5;exitDx=0;exitDy=0;" target="9Q5l5OGWiLyKz3t_2PM7-64">
          <mxGeometry relative="1" as="geometry" />
        </mxCell>
        <mxCell id="9Q5l5OGWiLyKz3t_2PM7-77" edge="1" parent="1" source="9Q5l5OGWiLyKz3t_2PM7-62" style="rounded=0;orthogonalLoop=1;jettySize=auto;html=1;exitX=1;exitY=0.5;exitDx=0;exitDy=0;entryX=0;entryY=0.5;entryDx=0;entryDy=0;" target="9Q5l5OGWiLyKz3t_2PM7-66">
          <mxGeometry relative="1" as="geometry" />
        </mxCell>
        <mxCell id="9Q5l5OGWiLyKz3t_2PM7-62" parent="1" style="fontSize=11;" value="Tandai tiket selesai" vertex="1">
          <mxGeometry height="30" width="110" x="210" y="2110" as="geometry" />
        </mxCell>
        <mxCell id="9Q5l5OGWiLyKz3t_2PM7-75" edge="1" parent="1" source="9Q5l5OGWiLyKz3t_2PM7-61" style="edgeStyle=orthogonalEdgeStyle;rounded=0;orthogonalLoop=1;jettySize=auto;html=1;exitX=0.5;exitY=1;exitDx=0;exitDy=0;" target="9Q5l5OGWiLyKz3t_2PM7-62">
          <mxGeometry relative="1" as="geometry" />
        </mxCell>
        <mxCell id="9Q5l5OGWiLyKz3t_2PM7-81" edge="1" parent="1" source="9Q5l5OGWiLyKz3t_2PM7-65" style="edgeStyle=orthogonalEdgeStyle;rounded=0;orthogonalLoop=1;jettySize=auto;html=1;exitX=1;exitY=0.5;exitDx=0;exitDy=0;" target="9Q5l5OGWiLyKz3t_2PM7-67">
          <mxGeometry relative="1" as="geometry" />
        </mxCell>
        <mxCell id="9Q5l5OGWiLyKz3t_2PM7-84" edge="1" parent="1" source="9Q5l5OGWiLyKz3t_2PM7-68" style="rounded=0;orthogonalLoop=1;jettySize=auto;html=1;exitX=0;exitY=0.5;exitDx=0;exitDy=0;" target="9Q5l5OGWiLyKz3t_2PM7-69">
          <mxGeometry relative="1" as="geometry" />
        </mxCell>
        <mxCell id="9Q5l5OGWiLyKz3t_2PM7-85" edge="1" parent="1" source="9Q5l5OGWiLyKz3t_2PM7-65" style="edgeStyle=orthogonalEdgeStyle;rounded=0;orthogonalLoop=1;jettySize=auto;html=1;exitX=0;exitY=0.5;exitDx=0;exitDy=0;dashed=1;entryX=0;entryY=0.5;entryDx=0;entryDy=0;" target="9Q5l5OGWiLyKz3t_2PM7-59">
          <mxGeometry relative="1" as="geometry" />
        </mxCell>
        <mxCell id="9Q5l5OGWiLyKz3t_2PM7-91" edge="1" parent="1" source="9Q5l5OGWiLyKz3t_2PM7-89" style="rounded=0;orthogonalLoop=1;jettySize=auto;html=1;exitX=0;exitY=0.75;exitDx=0;exitDy=0;entryX=1;entryY=0.25;entryDx=0;entryDy=0;" target="9Q5l5OGWiLyKz3t_2PM7-58">
          <mxGeometry relative="1" as="geometry" />
        </mxCell>
        <mxCell id="9Q5l5OGWiLyKz3t_2PM7-90" edge="1" parent="1" source="9Q5l5OGWiLyKz3t_2PM7-57" style="rounded=0;orthogonalLoop=1;jettySize=auto;html=1;exitX=1;exitY=0.5;exitDx=0;exitDy=0;" target="9Q5l5OGWiLyKz3t_2PM7-89">
          <mxGeometry relative="1" as="geometry" />
        </mxCell>
        <mxCell id="9Q5l5OGWiLyKz3t_2PM7-95" edge="1" parent="1" source="9Q5l5OGWiLyKz3t_2PM7-86" style="edgeStyle=orthogonalEdgeStyle;rounded=0;orthogonalLoop=1;jettySize=auto;html=1;exitX=0;exitY=0.5;exitDx=0;exitDy=0;" target="9Q5l5OGWiLyKz3t_2PM7-59">
          <mxGeometry relative="1" as="geometry" />
        </mxCell>
      </root>
    </mxGraphModel>
  </diagram>
</mxfile>
